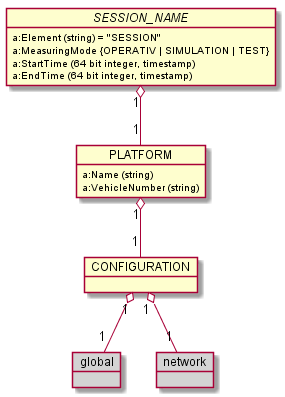
Before: images/generated/RCM_DX_Platform_overview.png, a diagram exported from PlantUML (OpenRailAssociation/rcm-dx).
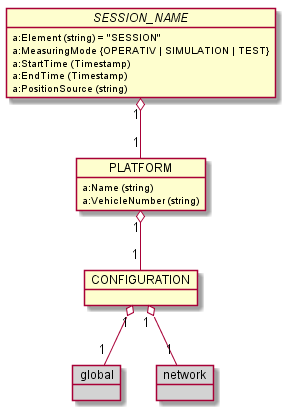
The same diagram one commit later.

Diff of the diagram source:
```diff
@@ -3,8 +3,9 @@
   object "//SESSION_NAME//" as session_name {
     a:Element (string) = "SESSION"
     a:MeasuringMode {OPERATIV | SIMULATION | TEST}
-    a:StartTime (64 bit integer, timestamp)
-    a:EndTime (64 bit integer, timestamp)
+    a:StartTime (Timestamp)
+    a:EndTime (Timestamp)
+    a:PositionSource (string)
   }
 
   object PLATFORM {
```
